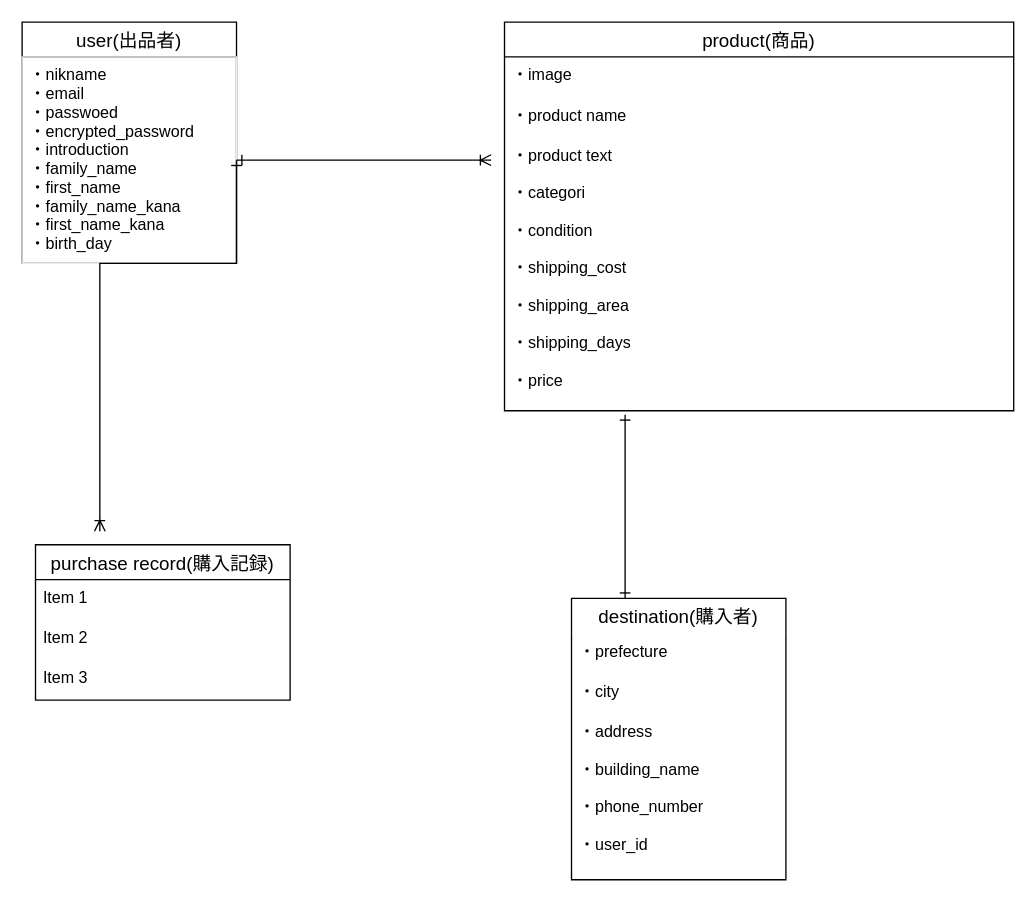
The draw.io diagram test.dio in Libeka/furima-34260, before the edit. Source tidied: cells renumbered, new cells numbered last; positions are measured from the earlier drawing's top-left corner, leaving out a move shared by most shapes. Both pictures are drawn from the tidied source at 134%, with x=0, y=0 at pixel (21, 21).
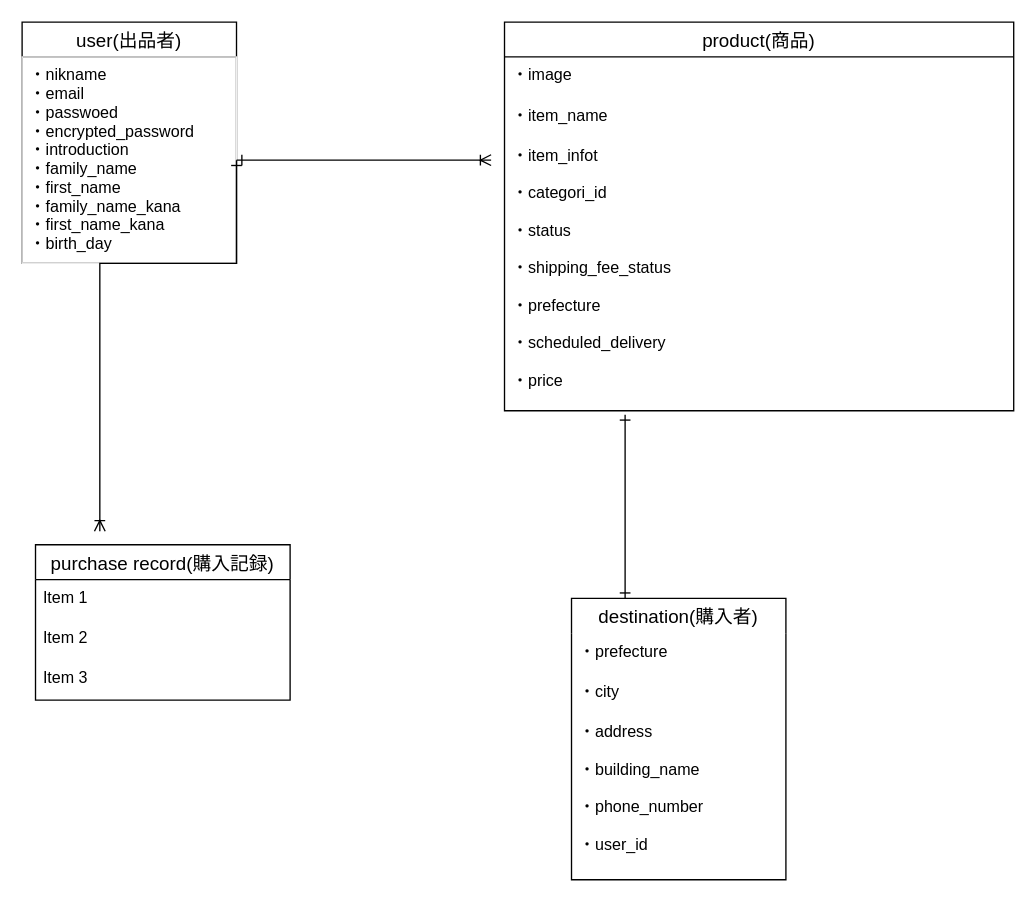
Above is the later version.

The change refers to these unchanged cells:
```xml
<mxCell id="4" value="product(商品)" style="swimlane;fontStyle=0;horizontal=1;startSize=26;align=center;fontSize=14;" parent="1" vertex="1">
  <mxGeometry x="360" width="380" height="290" as="geometry" />
</mxCell>
```

Change to the diagram source:
```diff
@@
-    <mxCell id="6" value="・product name" style="text;strokeColor=none;fillColor=none;spacingLeft=4;spacingRight=4;overflow=hidden;fontSize=12;" parent="4" vertex="1">
+    <mxCell id="6" value="・item_name" style="text;strokeColor=none;fillColor=none;spacingLeft=4;spacingRight=4;overflow=hidden;fontSize=12;" parent="4" vertex="1">
       <mxGeometry y="56" width="380" height="30" as="geometry" />
     </mxCell>
-    <mxCell id="7" value="・product text&#10;&#10;・categori&#10;&#10;・condition&#10;&#10;・shipping_cost&#10;&#10;・shipping_area&#10;&#10;・shipping_days&#10;&#10;・price" style="text;strokeColor=none;fillColor=none;spacingLeft=4;spacingRight=4;overflow=hidden;fontSize=12;" parent="4" vertex="1">
+    <mxCell id="7" value="・item_infot&#10;&#10;・categori_id&#10;&#10;・status&#10;&#10;・shipping_fee_status&#10;&#10;・prefecture&#10;&#10;・scheduled_delivery&#10;&#10;・price" style="text;strokeColor=none;fillColor=none;spacingLeft=4;spacingRight=4;overflow=hidden;fontSize=12;" parent="4" vertex="1">
       <mxGeometry y="86" width="380" height="204" as="geometry" />
     </mxCell>
```
